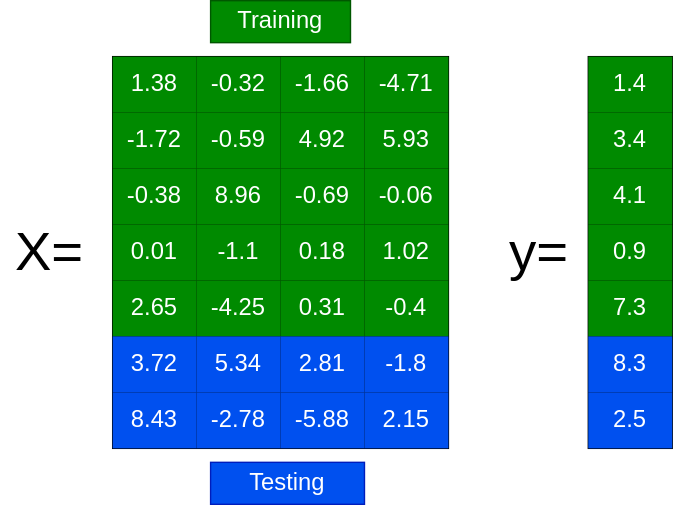
Above: images/train-test.svg in thomasjpfan/ml-workshop-intermediate-1-of-2 (draw.io), before the change. Source tidied: cells renumbered, new cells last; positions are measured from the earlier drawing's top-left corner, leaving out a move shared by most shapes.
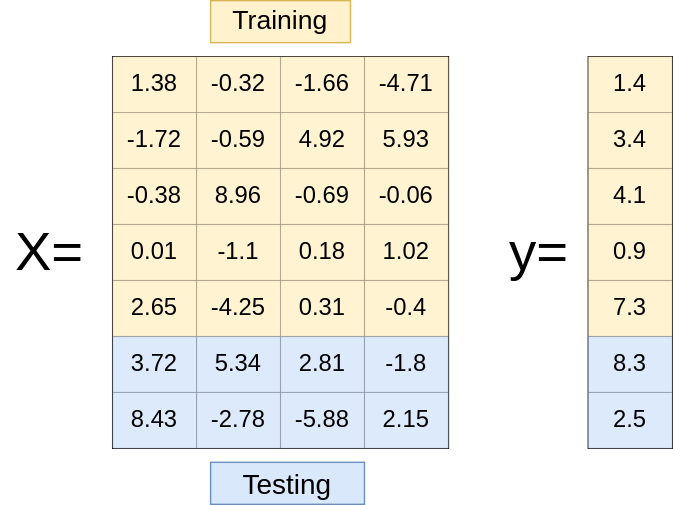
Later version of the same file.

Change to the diagram source:
```diff
@@ -14,106 +14,106 @@
     <mxCell id="5" style="shape=partialRectangle;html=1;whiteSpace=wrap;fillColor=none;top=0;left=0;bottom=0;right=0;fontSize=17;" parent="4" vertex="1">
       <mxGeometry width="240" height="40" as="geometry" />
     </mxCell>
-    <mxCell id="6" value="1.38" style="shape=partialRectangle;html=1;whiteSpace=wrap;overflow=hidden;top=0;left=0;bottom=0;right=0;fontSize=17;strokeColor=#005700;fillColor=#008a00;fontColor=#ffffff;" parent="5" vertex="1">
+    <mxCell id="6" value="1.38" style="shape=partialRectangle;html=1;whiteSpace=wrap;overflow=hidden;top=0;left=0;bottom=0;right=0;fontSize=17;strokeColor=#d6b656;fillColor=#fff2cc;opacity=90;" parent="5" vertex="1">
       <mxGeometry width="60" height="40" as="geometry" />
     </mxCell>
-    <mxCell id="7" value="-0.32" style="shape=partialRectangle;html=1;whiteSpace=wrap;overflow=hidden;top=0;left=0;bottom=0;right=0;fontSize=17;strokeColor=#005700;fillColor=#008a00;fontColor=#ffffff;" parent="5" vertex="1">
+    <mxCell id="7" value="-0.32" style="shape=partialRectangle;html=1;whiteSpace=wrap;overflow=hidden;top=0;left=0;bottom=0;right=0;fontSize=17;strokeColor=#d6b656;fillColor=#fff2cc;opacity=90;" parent="5" vertex="1">
       <mxGeometry x="60" width="60" height="40" as="geometry" />
     </mxCell>
-    <mxCell id="8" value="-1.66" style="shape=partialRectangle;html=1;whiteSpace=wrap;overflow=hidden;top=0;left=0;bottom=0;right=0;fontSize=17;strokeColor=#005700;fillColor=#008a00;fontColor=#ffffff;" parent="5" vertex="1">
+    <mxCell id="8" value="-1.66" style="shape=partialRectangle;html=1;whiteSpace=wrap;overflow=hidden;top=0;left=0;bottom=0;right=0;fontSize=17;strokeColor=#d6b656;fillColor=#fff2cc;opacity=90;" parent="5" vertex="1">
       <mxGeometry x="120" width="60" height="40" as="geometry" />
     </mxCell>
-    <mxCell id="9" value="-4.71" style="shape=partialRectangle;html=1;whiteSpace=wrap;overflow=hidden;top=0;left=0;bottom=0;right=0;fontSize=17;strokeColor=#005700;fillColor=#008a00;fontColor=#ffffff;" parent="5" vertex="1">
+    <mxCell id="9" value="-4.71" style="shape=partialRectangle;html=1;whiteSpace=wrap;overflow=hidden;top=0;left=0;bottom=0;right=0;fontSize=17;strokeColor=#d6b656;fillColor=#fff2cc;opacity=90;" parent="5" vertex="1">
       <mxGeometry x="180" width="60" height="40" as="geometry" />
     </mxCell>
     <mxCell id="10" style="shape=partialRectangle;html=1;whiteSpace=wrap;fillColor=none;top=0;left=0;bottom=0;right=0;fontSize=17;" parent="4" vertex="1">
       <mxGeometry y="40" width="240" height="40" as="geometry" />
     </mxCell>
-    <mxCell id="11" value="-1.72" style="shape=partialRectangle;html=1;whiteSpace=wrap;overflow=hidden;top=0;left=0;bottom=0;right=0;fontSize=17;fillColor=#008a00;strokeColor=#005700;fontColor=#ffffff;" parent="10" vertex="1">
+    <mxCell id="11" value="-1.72" style="shape=partialRectangle;html=1;whiteSpace=wrap;overflow=hidden;top=0;left=0;bottom=0;right=0;fontSize=17;fillColor=#fff2cc;strokeColor=#d6b656;opacity=90;" parent="10" vertex="1">
       <mxGeometry width="60" height="40" as="geometry" />
     </mxCell>
-    <mxCell id="12" value="-0.59" style="shape=partialRectangle;html=1;whiteSpace=wrap;overflow=hidden;top=0;left=0;bottom=0;right=0;fontSize=17;strokeColor=#005700;fillColor=#008a00;fontColor=#ffffff;" parent="10" vertex="1">
+    <mxCell id="12" value="-0.59" style="shape=partialRectangle;html=1;whiteSpace=wrap;overflow=hidden;top=0;left=0;bottom=0;right=0;fontSize=17;strokeColor=#d6b656;fillColor=#fff2cc;opacity=90;" parent="10" vertex="1">
       <mxGeometry x="60" width="60" height="40" as="geometry" />
     </mxCell>
-    <mxCell id="13" value="4.92" style="shape=partialRectangle;html=1;whiteSpace=wrap;overflow=hidden;top=0;left=0;bottom=0;right=0;fontSize=17;fillColor=#008a00;strokeColor=#005700;fontColor=#ffffff;" parent="10" vertex="1">
+    <mxCell id="13" value="4.92" style="shape=partialRectangle;html=1;whiteSpace=wrap;overflow=hidden;top=0;left=0;bottom=0;right=0;fontSize=17;fillColor=#fff2cc;strokeColor=#d6b656;opacity=90;" parent="10" vertex="1">
       <mxGeometry x="120" width="60" height="40" as="geometry" />
     </mxCell>
-    <mxCell id="14" value="5.93" style="shape=partialRectangle;html=1;whiteSpace=wrap;overflow=hidden;top=0;left=0;bottom=0;right=0;fontSize=17;fillColor=#008a00;strokeColor=#005700;fontColor=#ffffff;" parent="10" vertex="1">
+    <mxCell id="14" value="5.93" style="shape=partialRectangle;html=1;whiteSpace=wrap;overflow=hidden;top=0;left=0;bottom=0;right=0;fontSize=17;fillColor=#fff2cc;strokeColor=#d6b656;opacity=90;" parent="10" vertex="1">
       <mxGeometry x="180" width="60" height="40" as="geometry" />
     </mxCell>
     <mxCell id="15" style="shape=partialRectangle;html=1;whiteSpace=wrap;fillColor=none;top=0;left=0;bottom=0;right=0;fontSize=17;" parent="4" vertex="1">
       <mxGeometry y="80" width="240" height="40" as="geometry" />
     </mxCell>
-    <mxCell id="16" value="-0.38" style="shape=partialRectangle;html=1;whiteSpace=wrap;overflow=hidden;top=0;left=0;bottom=0;right=0;fontSize=17;fillColor=#008a00;strokeColor=#005700;fontColor=#ffffff;" parent="15" vertex="1">
+    <mxCell id="16" value="-0.38" style="shape=partialRectangle;html=1;whiteSpace=wrap;overflow=hidden;top=0;left=0;bottom=0;right=0;fontSize=17;fillColor=#fff2cc;strokeColor=#d6b656;opacity=90;" parent="15" vertex="1">
       <mxGeometry width="60" height="40" as="geometry" />
     </mxCell>
-    <mxCell id="17" value="8.96" style="shape=partialRectangle;html=1;whiteSpace=wrap;overflow=hidden;top=0;left=0;bottom=0;right=0;fontSize=17;strokeColor=#005700;fillColor=#008a00;fontColor=#ffffff;" parent="15" vertex="1">
+    <mxCell id="17" value="8.96" style="shape=partialRectangle;html=1;whiteSpace=wrap;overflow=hidden;top=0;left=0;bottom=0;right=0;fontSize=17;strokeColor=#d6b656;fillColor=#fff2cc;opacity=90;" parent="15" vertex="1">
       <mxGeometry x="60" width="60" height="40" as="geometry" />
     </mxCell>
-    <mxCell id="18" value="-0.69" style="shape=partialRectangle;html=1;whiteSpace=wrap;overflow=hidden;top=0;left=0;bottom=0;right=0;fontSize=17;fillColor=#008a00;strokeColor=#005700;fontColor=#ffffff;" parent="15" vertex="1">
+    <mxCell id="18" value="-0.69" style="shape=partialRectangle;html=1;whiteSpace=wrap;overflow=hidden;top=0;left=0;bottom=0;right=0;fontSize=17;fillColor=#fff2cc;strokeColor=#d6b656;opacity=90;" parent="15" vertex="1">
       <mxGeometry x="120" width="60" height="40" as="geometry" />
     </mxCell>
-    <mxCell id="19" value="-0.06" style="shape=partialRectangle;html=1;whiteSpace=wrap;overflow=hidden;top=0;left=0;bottom=0;right=0;fontSize=17;fillColor=#008a00;strokeColor=#005700;fontColor=#ffffff;" parent="15" vertex="1">
+    <mxCell id="19" value="-0.06" style="shape=partialRectangle;html=1;whiteSpace=wrap;overflow=hidden;top=0;left=0;bottom=0;right=0;fontSize=17;fillColor=#fff2cc;strokeColor=#d6b656;opacity=90;" parent="15" vertex="1">
       <mxGeometry x="180" width="60" height="40" as="geometry" />
     </mxCell>
     <mxCell id="20" style="shape=partialRectangle;html=1;whiteSpace=wrap;fillColor=none;top=0;left=0;bottom=0;right=0;fontSize=17;" parent="4" vertex="1">
       <mxGeometry y="120" width="240" height="40" as="geometry" />
     </mxCell>
-    <mxCell id="21" value="0.01" style="shape=partialRectangle;html=1;whiteSpace=wrap;overflow=hidden;top=0;left=0;bottom=0;right=0;fontSize=17;fillColor=#008a00;strokeColor=#005700;fontColor=#ffffff;" parent="20" vertex="1">
+    <mxCell id="21" value="0.01" style="shape=partialRectangle;html=1;whiteSpace=wrap;overflow=hidden;top=0;left=0;bottom=0;right=0;fontSize=17;fillColor=#fff2cc;strokeColor=#d6b656;opacity=90;" parent="20" vertex="1">
       <mxGeometry width="60" height="40" as="geometry" />
     </mxCell>
-    <mxCell id="22" value="-1.1" style="shape=partialRectangle;html=1;whiteSpace=wrap;overflow=hidden;top=0;left=0;bottom=0;right=0;fontSize=17;strokeColor=#005700;fillColor=#008a00;fontColor=#ffffff;" parent="20" vertex="1">
+    <mxCell id="22" value="-1.1" style="shape=partialRectangle;html=1;whiteSpace=wrap;overflow=hidden;top=0;left=0;bottom=0;right=0;fontSize=17;strokeColor=#d6b656;fillColor=#fff2cc;opacity=90;" parent="20" vertex="1">
       <mxGeometry x="60" width="60" height="40" as="geometry" />
     </mxCell>
-    <mxCell id="23" value="0.18" style="shape=partialRectangle;html=1;whiteSpace=wrap;overflow=hidden;top=0;left=0;bottom=0;right=0;fontSize=17;fillColor=#008a00;strokeColor=#005700;fontColor=#ffffff;" parent="20" vertex="1">
+    <mxCell id="23" value="0.18" style="shape=partialRectangle;html=1;whiteSpace=wrap;overflow=hidden;top=0;left=0;bottom=0;right=0;fontSize=17;fillColor=#fff2cc;strokeColor=#d6b656;opacity=90;" parent="20" vertex="1">
       <mxGeometry x="120" width="60" height="40" as="geometry" />
     </mxCell>
-    <mxCell id="24" value="1.02" style="shape=partialRectangle;html=1;whiteSpace=wrap;overflow=hidden;top=0;left=0;bottom=0;right=0;fontSize=17;fillColor=#008a00;strokeColor=#005700;fontColor=#ffffff;" parent="20" vertex="1">
+    <mxCell id="24" value="1.02" style="shape=partialRectangle;html=1;whiteSpace=wrap;overflow=hidden;top=0;left=0;bottom=0;right=0;fontSize=17;fillColor=#fff2cc;strokeColor=#d6b656;opacity=90;" parent="20" vertex="1">
       <mxGeometry x="180" width="60" height="40" as="geometry" />
     </mxCell>
     <mxCell id="25" style="shape=partialRectangle;html=1;whiteSpace=wrap;fillColor=none;top=0;left=0;bottom=0;right=0;fontSize=17;" parent="4" vertex="1">
       <mxGeometry y="160" width="240" height="40" as="geometry" />
     </mxCell>
-    <mxCell id="26" value="2.65" style="shape=partialRectangle;html=1;whiteSpace=wrap;overflow=hidden;top=0;left=0;bottom=0;right=0;fontSize=17;fillColor=#008a00;strokeColor=#005700;fontColor=#ffffff;" parent="25" vertex="1">
+    <mxCell id="26" value="2.65" style="shape=partialRectangle;html=1;whiteSpace=wrap;overflow=hidden;top=0;left=0;bottom=0;right=0;fontSize=17;fillColor=#fff2cc;strokeColor=#d6b656;opacity=90;" parent="25" vertex="1">
       <mxGeometry width="60" height="40" as="geometry" />
     </mxCell>
-    <mxCell id="27" value="-4.25" style="shape=partialRectangle;html=1;whiteSpace=wrap;overflow=hidden;top=0;left=0;bottom=0;right=0;fontSize=17;strokeColor=#005700;fillColor=#008a00;fontColor=#ffffff;" parent="25" vertex="1">
+    <mxCell id="27" value="-4.25" style="shape=partialRectangle;html=1;whiteSpace=wrap;overflow=hidden;top=0;left=0;bottom=0;right=0;fontSize=17;strokeColor=#d6b656;fillColor=#fff2cc;opacity=90;" parent="25" vertex="1">
       <mxGeometry x="60" width="60" height="40" as="geometry" />
     </mxCell>
-    <mxCell id="28" value="0.31" style="shape=partialRectangle;html=1;whiteSpace=wrap;overflow=hidden;top=0;left=0;bottom=0;right=0;fontSize=17;fillColor=#008a00;strokeColor=#005700;fontColor=#ffffff;" parent="25" vertex="1">
+    <mxCell id="28" value="0.31" style="shape=partialRectangle;html=1;whiteSpace=wrap;overflow=hidden;top=0;left=0;bottom=0;right=0;fontSize=17;fillColor=#fff2cc;strokeColor=#d6b656;opacity=90;" parent="25" vertex="1">
       <mxGeometry x="120" width="60" height="40" as="geometry" />
     </mxCell>
-    <mxCell id="29" value="-0.4" style="shape=partialRectangle;html=1;whiteSpace=wrap;overflow=hidden;top=0;left=0;bottom=0;right=0;fontSize=17;fillColor=#008a00;strokeColor=#005700;fontColor=#ffffff;" parent="25" vertex="1">
+    <mxCell id="29" value="-0.4" style="shape=partialRectangle;html=1;whiteSpace=wrap;overflow=hidden;top=0;left=0;bottom=0;right=0;fontSize=17;fillColor=#fff2cc;strokeColor=#d6b656;opacity=90;" parent="25" vertex="1">
       <mxGeometry x="180" width="60" height="40" as="geometry" />
     </mxCell>
     <mxCell id="30" style="shape=partialRectangle;html=1;whiteSpace=wrap;fillColor=none;top=0;left=0;bottom=0;right=0;fontSize=17;" parent="4" vertex="1">
       <mxGeometry y="200" width="240" height="40" as="geometry" />
     </mxCell>
-    <mxCell id="31" value="3.72" style="shape=partialRectangle;html=1;whiteSpace=wrap;overflow=hidden;fillColor=#0050ef;top=0;left=0;bottom=0;right=0;fontSize=17;strokeColor=#001DBC;fontColor=#ffffff;" parent="30" vertex="1">
+    <mxCell id="31" value="3.72" style="shape=partialRectangle;html=1;whiteSpace=wrap;overflow=hidden;fillColor=#dae8fc;top=0;left=0;bottom=0;right=0;fontSize=17;strokeColor=#6c8ebf;opacity=90;" parent="30" vertex="1">
       <mxGeometry width="60" height="40" as="geometry" />
     </mxCell>
-    <mxCell id="32" value="5.34" style="shape=partialRectangle;html=1;whiteSpace=wrap;overflow=hidden;top=0;left=0;bottom=0;right=0;fontSize=17;strokeColor=#001DBC;fillColor=#0050ef;fontColor=#ffffff;" parent="30" vertex="1">
+    <mxCell id="32" value="5.34" style="shape=partialRectangle;html=1;whiteSpace=wrap;overflow=hidden;top=0;left=0;bottom=0;right=0;fontSize=17;strokeColor=#6c8ebf;fillColor=#dae8fc;opacity=90;" parent="30" vertex="1">
       <mxGeometry x="60" width="60" height="40" as="geometry" />
     </mxCell>
-    <mxCell id="33" value="2.81" style="shape=partialRectangle;html=1;whiteSpace=wrap;overflow=hidden;fillColor=#0050ef;top=0;left=0;bottom=0;right=0;fontSize=17;strokeColor=#001DBC;fontColor=#ffffff;" parent="30" vertex="1">
+    <mxCell id="33" value="2.81" style="shape=partialRectangle;html=1;whiteSpace=wrap;overflow=hidden;fillColor=#dae8fc;top=0;left=0;bottom=0;right=0;fontSize=17;strokeColor=#6c8ebf;opacity=90;" parent="30" vertex="1">
       <mxGeometry x="120" width="60" height="40" as="geometry" />
     </mxCell>
-    <mxCell id="34" value="-1.8" style="shape=partialRectangle;html=1;whiteSpace=wrap;overflow=hidden;fillColor=#0050ef;top=0;left=0;bottom=0;right=0;fontSize=17;strokeColor=#001DBC;fontColor=#ffffff;" parent="30" vertex="1">
+    <mxCell id="34" value="-1.8" style="shape=partialRectangle;html=1;whiteSpace=wrap;overflow=hidden;fillColor=#dae8fc;top=0;left=0;bottom=0;right=0;fontSize=17;strokeColor=#6c8ebf;opacity=90;" parent="30" vertex="1">
       <mxGeometry x="180" width="60" height="40" as="geometry" />
     </mxCell>
     <mxCell id="35" style="shape=partialRectangle;html=1;whiteSpace=wrap;fillColor=none;top=0;left=0;bottom=0;right=0;fontSize=17;" parent="4" vertex="1">
       <mxGeometry y="240" width="240" height="40" as="geometry" />
     </mxCell>
-    <mxCell id="36" value="8.43" style="shape=partialRectangle;html=1;whiteSpace=wrap;overflow=hidden;fillColor=#0050ef;top=0;left=0;bottom=0;right=0;fontSize=17;strokeColor=#001DBC;fontColor=#ffffff;" parent="35" vertex="1">
+    <mxCell id="36" value="8.43" style="shape=partialRectangle;html=1;whiteSpace=wrap;overflow=hidden;fillColor=#dae8fc;top=0;left=0;bottom=0;right=0;fontSize=17;strokeColor=#6c8ebf;opacity=90;" parent="35" vertex="1">
       <mxGeometry width="60" height="40" as="geometry" />
     </mxCell>
-    <mxCell id="37" value="-2.78" style="shape=partialRectangle;html=1;whiteSpace=wrap;overflow=hidden;top=0;left=0;bottom=0;right=0;fontSize=17;strokeColor=#001DBC;fillColor=#0050ef;fontColor=#ffffff;" parent="35" vertex="1">
+    <mxCell id="37" value="-2.78" style="shape=partialRectangle;html=1;whiteSpace=wrap;overflow=hidden;top=0;left=0;bottom=0;right=0;fontSize=17;strokeColor=#6c8ebf;fillColor=#dae8fc;opacity=90;" parent="35" vertex="1">
       <mxGeometry x="60" width="60" height="40" as="geometry" />
     </mxCell>
-    <mxCell id="38" value="-5.88" style="shape=partialRectangle;html=1;whiteSpace=wrap;overflow=hidden;fillColor=#0050ef;top=0;left=0;bottom=0;right=0;fontSize=17;strokeColor=#001DBC;fontColor=#ffffff;" parent="35" vertex="1">
+    <mxCell id="38" value="-5.88" style="shape=partialRectangle;html=1;whiteSpace=wrap;overflow=hidden;fillColor=#dae8fc;top=0;left=0;bottom=0;right=0;fontSize=17;strokeColor=#6c8ebf;opacity=90;" parent="35" vertex="1">
       <mxGeometry x="120" width="60" height="40" as="geometry" />
     </mxCell>
-    <mxCell id="39" value="2.15" style="shape=partialRectangle;html=1;whiteSpace=wrap;overflow=hidden;fillColor=#0050ef;top=0;left=0;bottom=0;right=0;fontSize=17;strokeColor=#001DBC;fontColor=#ffffff;" parent="35" vertex="1">
+    <mxCell id="39" value="2.15" style="shape=partialRectangle;html=1;whiteSpace=wrap;overflow=hidden;fillColor=#dae8fc;top=0;left=0;bottom=0;right=0;fontSize=17;strokeColor=#6c8ebf;opacity=90;" parent="35" vertex="1">
       <mxGeometry x="180" width="60" height="40" as="geometry" />
     </mxCell>
     <mxCell id="40" style="shape=table;html=1;whiteSpace=wrap;startSize=0;fontSize=17;" parent="1" vertex="1">
@@ -122,49 +122,49 @@
     <mxCell id="41" style="shape=partialRectangle;html=1;whiteSpace=wrap;fillColor=none;top=0;left=0;bottom=0;right=0;" parent="40" vertex="1">
       <mxGeometry width="60" height="40" as="geometry" />
     </mxCell>
-    <mxCell id="42" value="1.4" style="shape=partialRectangle;html=1;whiteSpace=wrap;overflow=hidden;fillColor=#008a00;top=0;left=0;bottom=0;right=0;strokeColor=#005700;fontColor=#ffffff;fontSize=17;" parent="41" vertex="1">
+    <mxCell id="42" value="1.4" style="shape=partialRectangle;html=1;whiteSpace=wrap;overflow=hidden;fillColor=#fff2cc;top=0;left=0;bottom=0;right=0;strokeColor=#d6b656;fontSize=17;opacity=90;" parent="41" vertex="1">
       <mxGeometry width="60" height="40" as="geometry" />
     </mxCell>
     <mxCell id="43" style="shape=partialRectangle;html=1;whiteSpace=wrap;fillColor=none;top=0;left=0;bottom=0;right=0;" parent="40" vertex="1">
       <mxGeometry y="40" width="60" height="40" as="geometry" />
     </mxCell>
-    <mxCell id="44" value="3.4" style="shape=partialRectangle;html=1;whiteSpace=wrap;overflow=hidden;fillColor=#008a00;top=0;left=0;bottom=0;right=0;strokeColor=#005700;fontColor=#ffffff;fontSize=17;" parent="43" vertex="1">
+    <mxCell id="44" value="3.4" style="shape=partialRectangle;html=1;whiteSpace=wrap;overflow=hidden;fillColor=#fff2cc;top=0;left=0;bottom=0;right=0;strokeColor=#d6b656;fontSize=17;opacity=90;" parent="43" vertex="1">
       <mxGeometry width="60" height="40" as="geometry" />
     </mxCell>
     <mxCell id="45" style="shape=partialRectangle;html=1;whiteSpace=wrap;fillColor=none;top=0;left=0;bottom=0;right=0;" parent="40" vertex="1">
       <mxGeometry y="80" width="60" height="40" as="geometry" />
     </mxCell>
-    <mxCell id="46" value="4.1" style="shape=partialRectangle;html=1;whiteSpace=wrap;overflow=hidden;fillColor=#008a00;top=0;left=0;bottom=0;right=0;strokeColor=#005700;fontColor=#ffffff;fontSize=17;" parent="45" vertex="1">
+    <mxCell id="46" value="4.1" style="shape=partialRectangle;html=1;whiteSpace=wrap;overflow=hidden;fillColor=#fff2cc;top=0;left=0;bottom=0;right=0;strokeColor=#d6b656;fontSize=17;opacity=90;" parent="45" vertex="1">
       <mxGeometry width="60" height="40" as="geometry" />
     </mxCell>
     <mxCell id="47" style="shape=partialRectangle;html=1;whiteSpace=wrap;fillColor=none;top=0;left=0;bottom=0;right=0;" parent="40" vertex="1">
       <mxGeometry y="120" width="60" height="40" as="geometry" />
     </mxCell>
-    <mxCell id="48" value="0.9" style="shape=partialRectangle;html=1;whiteSpace=wrap;overflow=hidden;fillColor=#008a00;top=0;left=0;bottom=0;right=0;strokeColor=#005700;fontColor=#ffffff;fontSize=17;" parent="47" vertex="1">
+    <mxCell id="48" value="0.9" style="shape=partialRectangle;html=1;whiteSpace=wrap;overflow=hidden;fillColor=#fff2cc;top=0;left=0;bottom=0;right=0;strokeColor=#d6b656;fontSize=17;opacity=90;" parent="47" vertex="1">
       <mxGeometry width="60" height="40" as="geometry" />
     </mxCell>
     <mxCell id="49" style="shape=partialRectangle;html=1;whiteSpace=wrap;fillColor=none;top=0;left=0;bottom=0;right=0;" parent="40" vertex="1">
       <mxGeometry y="160" width="60" height="40" as="geometry" />
     </mxCell>
-    <mxCell id="50" value="7.3" style="shape=partialRectangle;html=1;whiteSpace=wrap;overflow=hidden;fillColor=#008a00;top=0;left=0;bottom=0;right=0;strokeColor=#005700;fontColor=#ffffff;fontSize=17;" parent="49" vertex="1">
+    <mxCell id="50" value="7.3" style="shape=partialRectangle;html=1;whiteSpace=wrap;overflow=hidden;fillColor=#fff2cc;top=0;left=0;bottom=0;right=0;strokeColor=#d6b656;fontSize=17;opacity=90;" parent="49" vertex="1">
       <mxGeometry width="60" height="40" as="geometry" />
     </mxCell>
     <mxCell id="51" style="shape=partialRectangle;html=1;whiteSpace=wrap;fillColor=none;top=0;left=0;bottom=0;right=0;" parent="40" vertex="1">
       <mxGeometry y="200" width="60" height="40" as="geometry" />
     </mxCell>
-    <mxCell id="52" value="8.3" style="shape=partialRectangle;html=1;whiteSpace=wrap;overflow=hidden;fillColor=#0050ef;top=0;left=0;bottom=0;right=0;strokeColor=#001DBC;fontColor=#ffffff;fontSize=17;" parent="51" vertex="1">
+    <mxCell id="52" value="8.3" style="shape=partialRectangle;html=1;whiteSpace=wrap;overflow=hidden;fillColor=#dae8fc;top=0;left=0;bottom=0;right=0;strokeColor=#6c8ebf;fontSize=17;opacity=90;" parent="51" vertex="1">
       <mxGeometry width="60" height="40" as="geometry" />
     </mxCell>
     <mxCell id="53" style="shape=partialRectangle;html=1;whiteSpace=wrap;fillColor=none;top=0;left=0;bottom=0;right=0;" parent="40" vertex="1">
       <mxGeometry y="240" width="60" height="40" as="geometry" />
     </mxCell>
-    <mxCell id="54" value="2.5" style="shape=partialRectangle;html=1;whiteSpace=wrap;overflow=hidden;fillColor=#0050ef;top=0;left=0;bottom=0;right=0;strokeColor=#001DBC;fontColor=#ffffff;fontSize=17;" parent="53" vertex="1">
+    <mxCell id="54" value="2.5" style="shape=partialRectangle;html=1;whiteSpace=wrap;overflow=hidden;fillColor=#dae8fc;top=0;left=0;bottom=0;right=0;strokeColor=#6c8ebf;fontSize=17;opacity=90;" parent="53" vertex="1">
       <mxGeometry width="60" height="40" as="geometry" />
     </mxCell>
-    <mxCell id="55" value="Training" style="text;html=1;strokeColor=#005700;fillColor=#008a00;align=center;verticalAlign=middle;whiteSpace=wrap;rounded=0;labelBackgroundColor=none;fontSize=17;fontColor=#ffffff;" parent="1" vertex="1">
+    <mxCell id="55" value="Training" style="text;html=1;strokeColor=#d6b656;fillColor=#fff2cc;align=center;verticalAlign=middle;whiteSpace=wrap;rounded=0;labelBackgroundColor=none;fontSize=19;" parent="1" vertex="1">
       <mxGeometry x="150" width="100" height="30" as="geometry" />
     </mxCell>
-    <mxCell id="56" value="Testing" style="text;html=1;strokeColor=#001DBC;fillColor=#0050ef;align=center;verticalAlign=middle;whiteSpace=wrap;rounded=0;labelBackgroundColor=none;fontSize=17;fontColor=#ffffff;" parent="1" vertex="1">
+    <mxCell id="56" value="Testing" style="text;html=1;strokeColor=#6c8ebf;fillColor=#dae8fc;align=center;verticalAlign=middle;whiteSpace=wrap;rounded=0;labelBackgroundColor=none;fontSize=20;sketch=0;" parent="1" vertex="1">
       <mxGeometry x="150" y="330" width="110" height="30" as="geometry" />
     </mxCell>
   </root>
```
